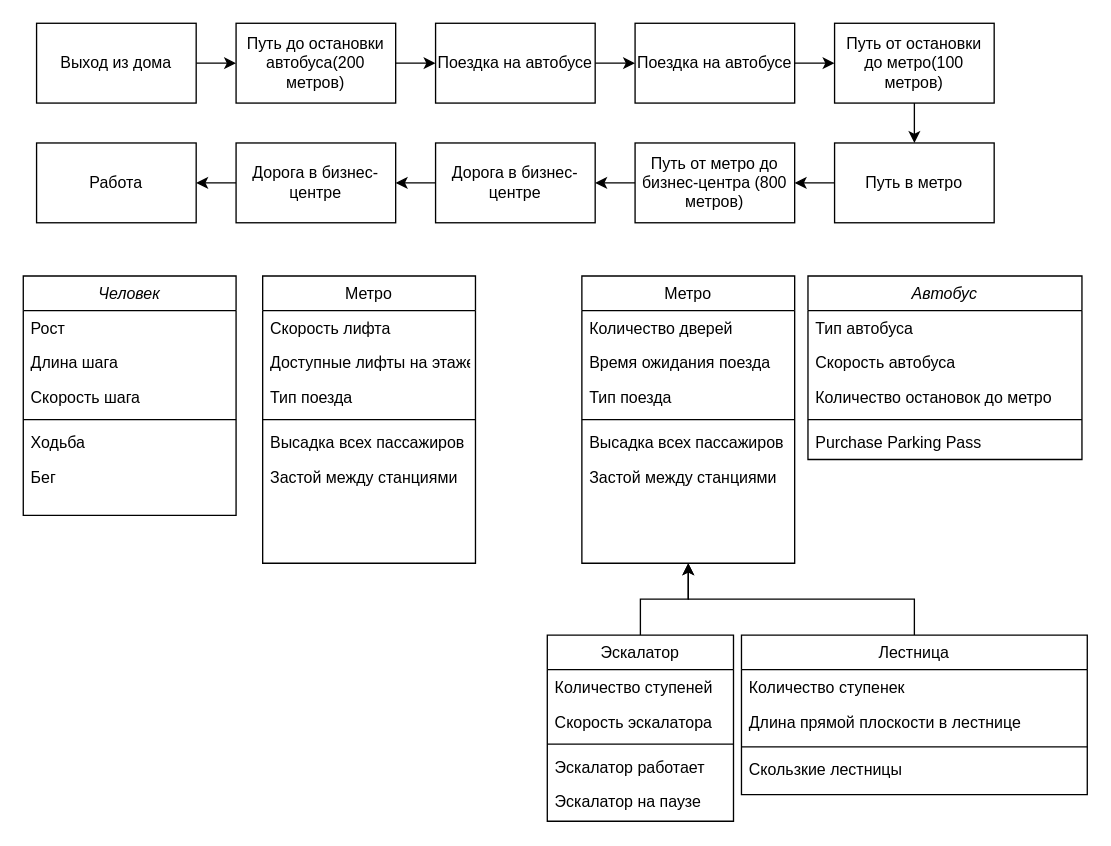
This is Untitled Diagram.drawio from iSHZ1/OOP, a draw.io file, before an edit. Source tidied: cells renumbered, new cells numbered last; positions are measured from the earlier drawing's top-left corner, leaving out a move shared by most shapes. Both pictures are drawn from the tidied source at 133%, with x=0, y=0 at pixel (23, 23).
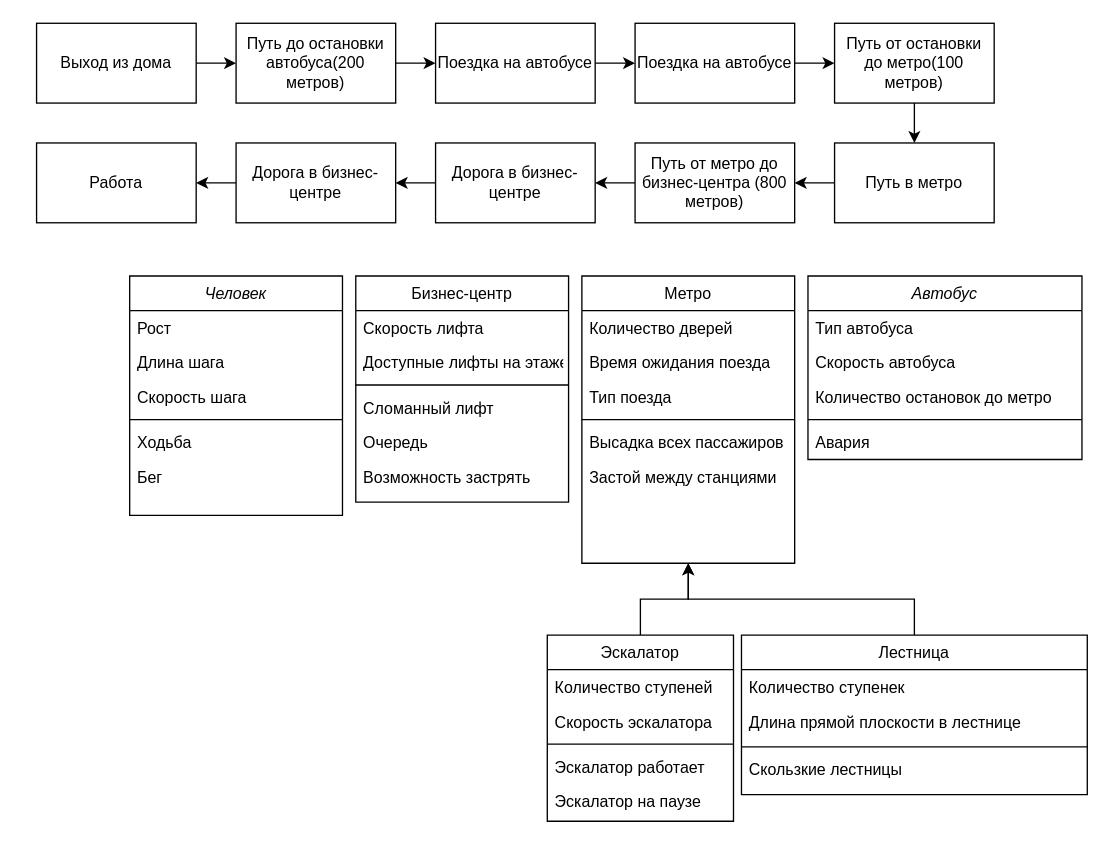
The same diagram, later.

Unchanged cells that the change refers to:
```xml
<mxCell id="29" value="Автобус" style="swimlane;fontStyle=2;align=center;verticalAlign=top;horizontal=1;startSize=26;rounded=0;shadow=0;strokeWidth=1;" parent="1" vertex="1">
  <mxGeometry x="590" y="190" width="206" height="138" as="geometry" />
</mxCell>
```

What changed in the source:
```diff
@@
     <mxCell id="2" value="Человек" style="swimlane;fontStyle=2;align=center;verticalAlign=top;horizontal=1;startSize=26;rounded=0;shadow=0;strokeWidth=1;" parent="1" vertex="1">
-      <mxGeometry y="190" width="160" height="180" as="geometry" />
+      <mxGeometry x="80" y="190" width="160" height="180" as="geometry" />
     </mxCell>
@@
-    <mxCell id="34" value="Purchase Parking Pass" style="text;align=left;verticalAlign=top;spacingLeft=4;spacingRight=4;overflow=hidden;" parent="29" vertex="1">
+    <mxCell id="34" value="Авария" style="text;align=left;verticalAlign=top;spacingLeft=4;spacingRight=4;overflow=hidden;" parent="29" vertex="1">
       <mxGeometry y="112" width="206" height="26" as="geometry" />
     </mxCell>
@@
-    <mxCell id="54" value="Метро" style="swimlane;fontStyle=0;align=center;verticalAlign=top;horizontal=1;startSize=26;rounded=0;shadow=0;strokeWidth=1;" parent="1" vertex="1">
-      <mxGeometry x="180" y="190" width="160" height="216" as="geometry" />
+    <mxCell id="54" value="Бизнес-центр" style="swimlane;fontStyle=0;align=center;verticalAlign=top;horizontal=1;startSize=26;rounded=0;shadow=0;strokeWidth=1;" parent="1" vertex="1">
+      <mxGeometry x="250" y="190" width="160" height="170" as="geometry" />
     </mxCell>
@@
-    <mxCell id="57" value="Тип поезда" style="text;align=left;verticalAlign=top;spacingLeft=4;spacingRight=4;overflow=hidden;rounded=0;shadow=0;html=0;" parent="54" vertex="1">
-      <mxGeometry y="78" width="160" height="26" as="geometry" />
-    </mxCell>
     <mxCell id="58" style="line;html=1;strokeWidth=1;align=left;verticalAlign=middle;spacingTop=-1;spacingLeft=3;spacingRight=3;labelPosition=right;" parent="54" vertex="1">
-      <mxGeometry y="104" width="160" height="8" as="geometry" />
+      <mxGeometry y="78" width="160" height="8" as="geometry" />
     </mxCell>
-    <mxCell id="59" value="Высадка всех пассажиров" style="text;align=left;verticalAlign=top;spacingLeft=4;spacingRight=4;overflow=hidden;" parent="54" vertex="1">
-      <mxGeometry y="112" width="160" height="26" as="geometry" />
+    <mxCell id="59" value="Сломанный лифт" style="text;align=left;verticalAlign=top;spacingLeft=4;spacingRight=4;overflow=hidden;" parent="54" vertex="1">
+      <mxGeometry y="86" width="160" height="26" as="geometry" />
     </mxCell>
-    <mxCell id="60" value="Застой между станциями" style="text;align=left;verticalAlign=top;spacingLeft=4;spacingRight=4;overflow=hidden;" parent="54" vertex="1">
-      <mxGeometry y="138" width="160" height="26" as="geometry" />
+    <mxCell id="60" value="Очередь" style="text;align=left;verticalAlign=top;spacingLeft=4;spacingRight=4;overflow=hidden;" parent="54" vertex="1">
+      <mxGeometry y="112" width="160" height="26" as="geometry" />
     </mxCell>
+    <mxCell id="61" value="Возможность застрять" style="text;align=left;verticalAlign=top;spacingLeft=4;spacingRight=4;overflow=hidden;" parent="54" vertex="1">
+      <mxGeometry y="138" width="160" height="26" as="geometry" />
+    </mxCell>
```
